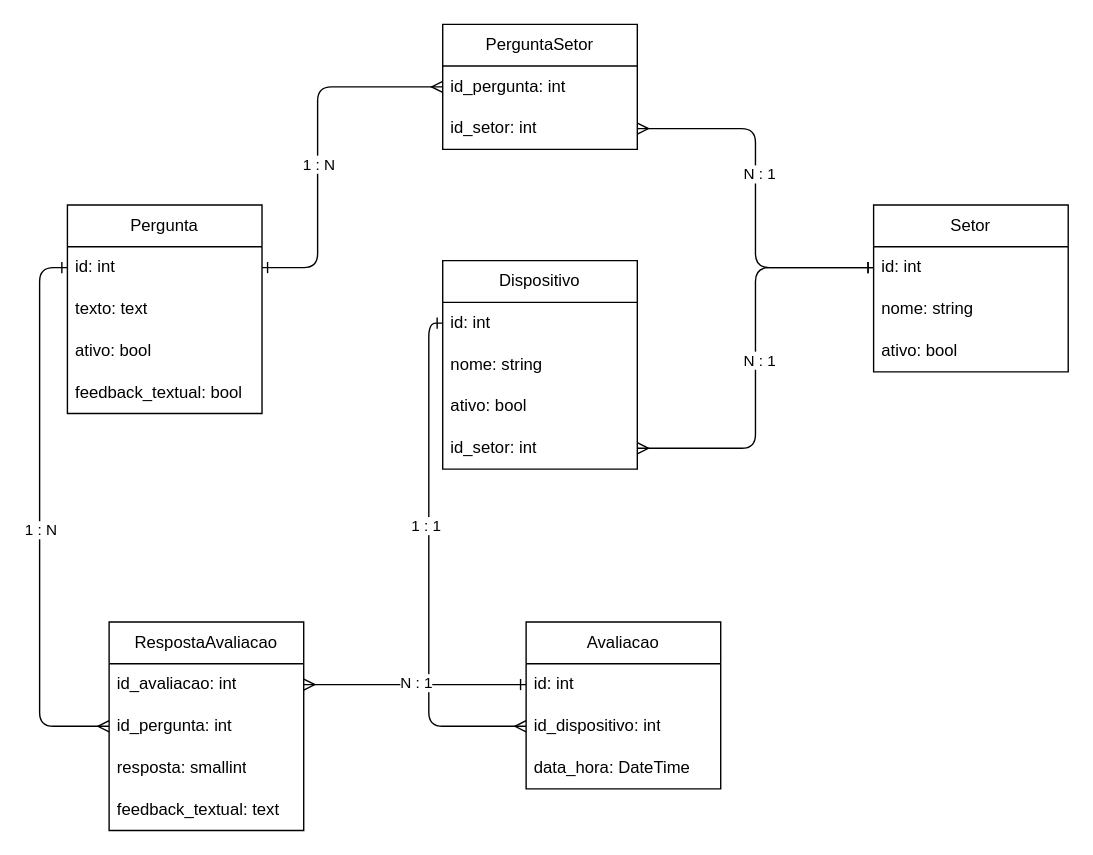
This is Tabelas.drawio from LuckyBressan/avaliacao-servico-backend, a draw.io file, before an edit. Source tidied: cells renumbered, new cells numbered last; positions are measured from the earlier drawing's top-left corner, leaving out a move shared by most shapes. Both pictures are drawn from the tidied source at 139%, with x=0, y=0 at pixel (39, 24).
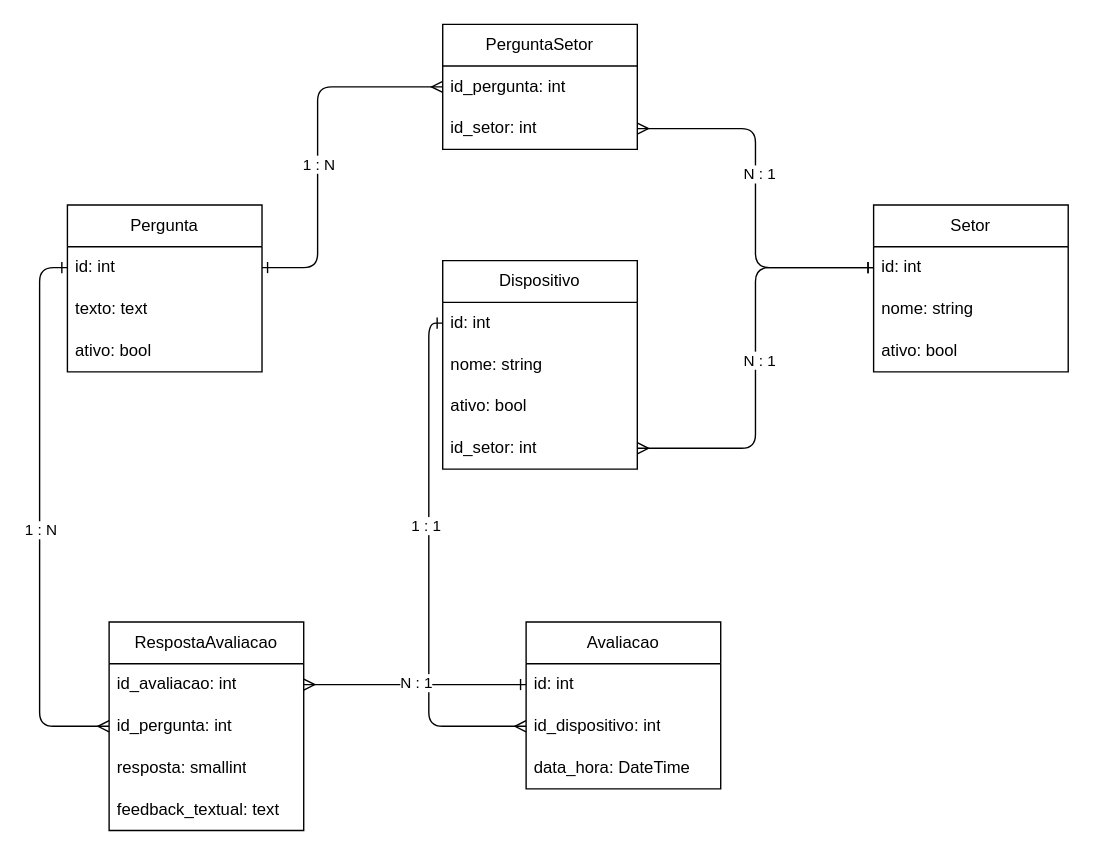
The same page after the edit.

Change to the diagram source:
```diff
@@
     <mxCell id="2" value="Pergunta" style="swimlane;fontStyle=0;horizontal=1;startSize=30;whiteSpace=wrap;html=1;" parent="1" vertex="1">
-      <mxGeometry x="20" y="130" width="140" height="150" as="geometry" />
+      <mxGeometry x="20" y="130" width="140" height="120" as="geometry" />
     </mxCell>
@@
-    <mxCell id="6" value="feedback_textual: bool" style="text;strokeColor=none;fillColor=none;align=left;verticalAlign=middle;spacingLeft=4;spacingRight=4;overflow=hidden;whiteSpace=wrap;html=1;" parent="2" vertex="1">
-      <mxGeometry y="120" width="140" height="30" as="geometry" />
-    </mxCell>
```
